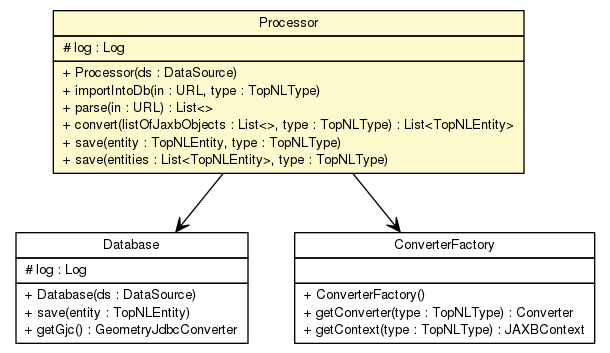
Earlier version of the Graphviz export topnlparser/apidocs/nl/b3p/topnl/Processor.png (B3Partners/brmo). Its source is kept beside it as topnlparser/apidocs/nl/b3p/topnl/Processor.dot.
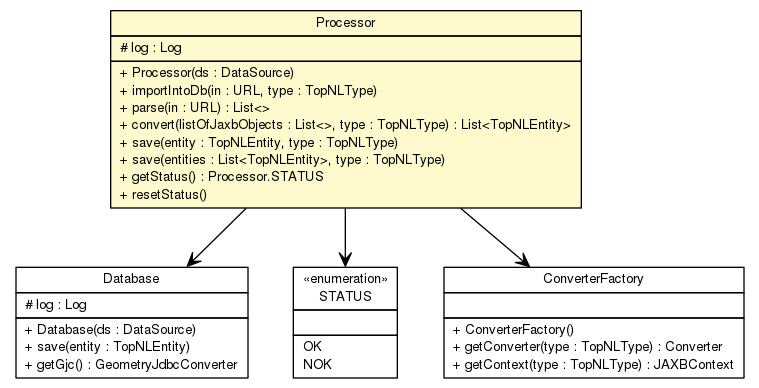
The same diagram one commit later.

Change to the diagram source:
```diff
@@ -4,7 +4,7 @@
 	node [fontname="Helvetica",fontsize=10,shape=plaintext];
 	nodesep=0.25;
 	ranksep=0.5;
-	c29056 [label=<<table title="nl.b3p.topnl.Database" border="0" cellborder="1" cellspacing="0" cellpadding="2" port="p" href="./Database.html">
+	c29150 [label=<<table title="nl.b3p.topnl.Database" border="0" cellborder="1" cellspacing="0" cellpadding="2" port="p" href="./Database.html">
 		<tr><td><table border="0" cellspacing="0" cellpadding="1">
 <tr><td align="center" balign="center"> Database </td></tr>
 		</table></td></tr>
@@ -17,7 +17,7 @@
 <tr><td align="left" balign="left"> + getGjc() : GeometryJdbcConverter </td></tr>
 		</table></td></tr>
 		</table>>, URL="./Database.html", fontname="Helvetica", fontcolor="black", fontsize=10.0];
-	c29060 [label=<<table title="nl.b3p.topnl.Processor" border="0" cellborder="1" cellspacing="0" cellpadding="2" port="p" bgcolor="lemonChiffon" href="./Processor.html">
+	c29154 [label=<<table title="nl.b3p.topnl.Processor" border="0" cellborder="1" cellspacing="0" cellpadding="2" port="p" bgcolor="lemonChiffon" href="./Processor.html">
 		<tr><td><table border="0" cellspacing="0" cellpadding="1">
 <tr><td align="center" balign="center"> Processor </td></tr>
 		</table></td></tr>
@@ -31,9 +31,24 @@
 <tr><td align="left" balign="left"> + convert(listOfJaxbObjects : List&lt;&gt;, type : TopNLType) : List&lt;TopNLEntity&gt; </td></tr>
 <tr><td align="left" balign="left"> + save(entity : TopNLEntity, type : TopNLType) </td></tr>
 <tr><td align="left" balign="left"> + save(entities : List&lt;TopNLEntity&gt;, type : TopNLType) </td></tr>
+<tr><td align="left" balign="left"> + getStatus() : Processor.STATUS </td></tr>
+<tr><td align="left" balign="left"> + resetStatus() </td></tr>
 		</table></td></tr>
 		</table>>, URL="./Processor.html", fontname="Helvetica", fontcolor="black", fontsize=10.0];
-	c29205 [label=<<table title="nl.b3p.topnl.converters.ConverterFactory" border="0" cellborder="1" cellspacing="0" cellpadding="2" port="p" href="./converters/ConverterFactory.html">
+	c29155 [label=<<table title="nl.b3p.topnl.Processor.STATUS" border="0" cellborder="1" cellspacing="0" cellpadding="2" port="p" href="./Processor.STATUS.html">
+		<tr><td><table border="0" cellspacing="0" cellpadding="1">
+<tr><td align="center" balign="center"> &#171;enumeration&#187; </td></tr>
+<tr><td align="center" balign="center"> STATUS </td></tr>
+		</table></td></tr>
+		<tr><td><table border="0" cellspacing="0" cellpadding="1">
+<tr><td align="left" balign="left">  </td></tr>
+		</table></td></tr>
+		<tr><td><table border="0" cellspacing="0" cellpadding="1">
+<tr><td align="left" balign="left"> OK </td></tr>
+<tr><td align="left" balign="left"> NOK </td></tr>
+		</table></td></tr>
+		</table>>, URL="./Processor.STATUS.html", fontname="Helvetica", fontcolor="black", fontsize=10.0];
+	c29300 [label=<<table title="nl.b3p.topnl.converters.ConverterFactory" border="0" cellborder="1" cellspacing="0" cellpadding="2" port="p" href="./converters/ConverterFactory.html">
 		<tr><td><table border="0" cellspacing="0" cellpadding="1">
 <tr><td align="center" balign="center"> ConverterFactory </td></tr>
 		</table></td></tr>
@@ -46,6 +61,7 @@
 <tr><td align="left" balign="left"> + getContext(type : TopNLType) : JAXBContext </td></tr>
 		</table></td></tr>
 		</table>>, URL="./converters/ConverterFactory.html", fontname="Helvetica", fontcolor="black", fontsize=10.0];
-	c29060:p -> c29056:p [taillabel="", label="", headlabel="", fontname="Helvetica", fontcolor="black", fontsize=10.0, color="black", arrowhead=open];
-	c29060:p -> c29205:p [taillabel="", label="", headlabel="", fontname="Helvetica", fontcolor="black", fontsize=10.0, color="black", arrowhead=open];
+	c29154:p -> c29150:p [taillabel="", label="", headlabel="", fontname="Helvetica", fontcolor="black", fontsize=10.0, color="black", arrowhead=open];
+	c29154:p -> c29300:p [taillabel="", label="", headlabel="", fontname="Helvetica", fontcolor="black", fontsize=10.0, color="black", arrowhead=open];
+	c29154:p -> c29155:p [taillabel="", label="", headlabel="", fontname="Helvetica", fontcolor="black", fontsize=10.0, color="black", arrowhead=open];
 }
```
